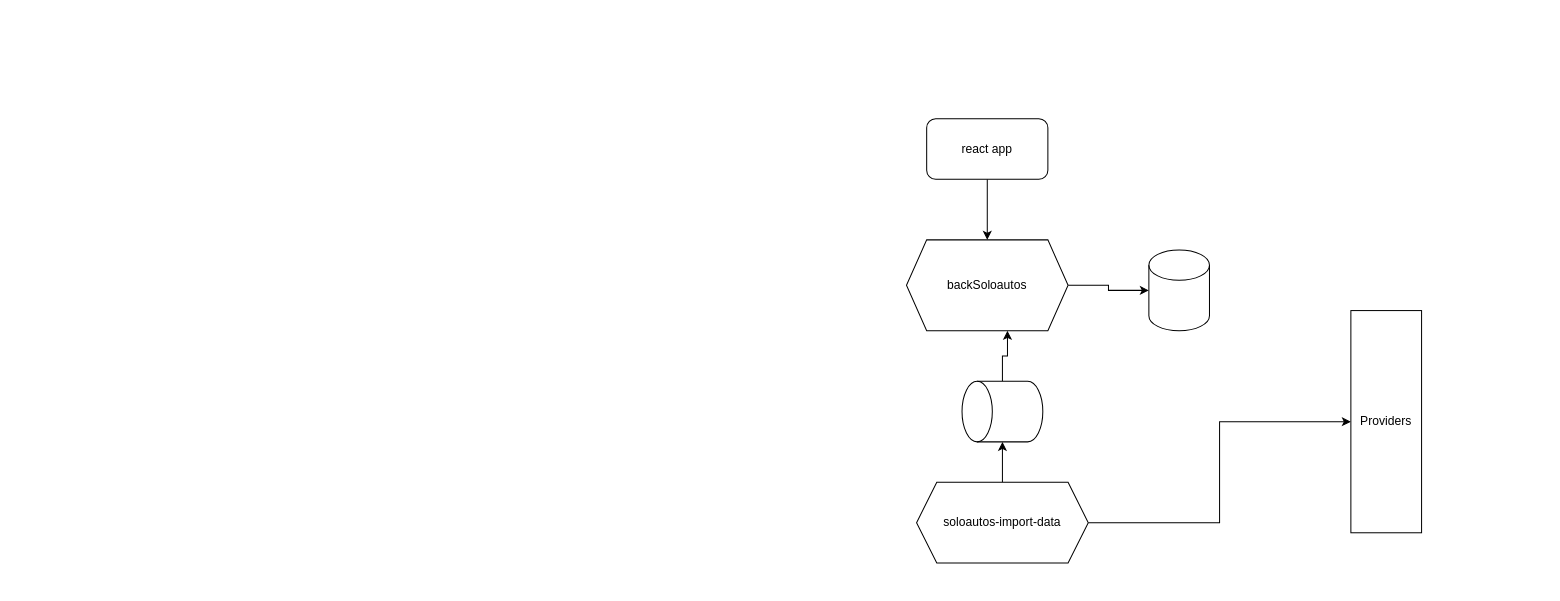
The draw.io diagram page "Page-1" (1 of 2) of solo-autos.drawio in gcijuentes/chilecar, before the edit. Source tidied: cells renumbered, new cells numbered last; positions are measured from the earlier drawing's top-left corner, leaving out a move shared by most shapes. Both pictures are drawn from the tidied source at 101%, with x=0, y=0 at pixel (906, 118).
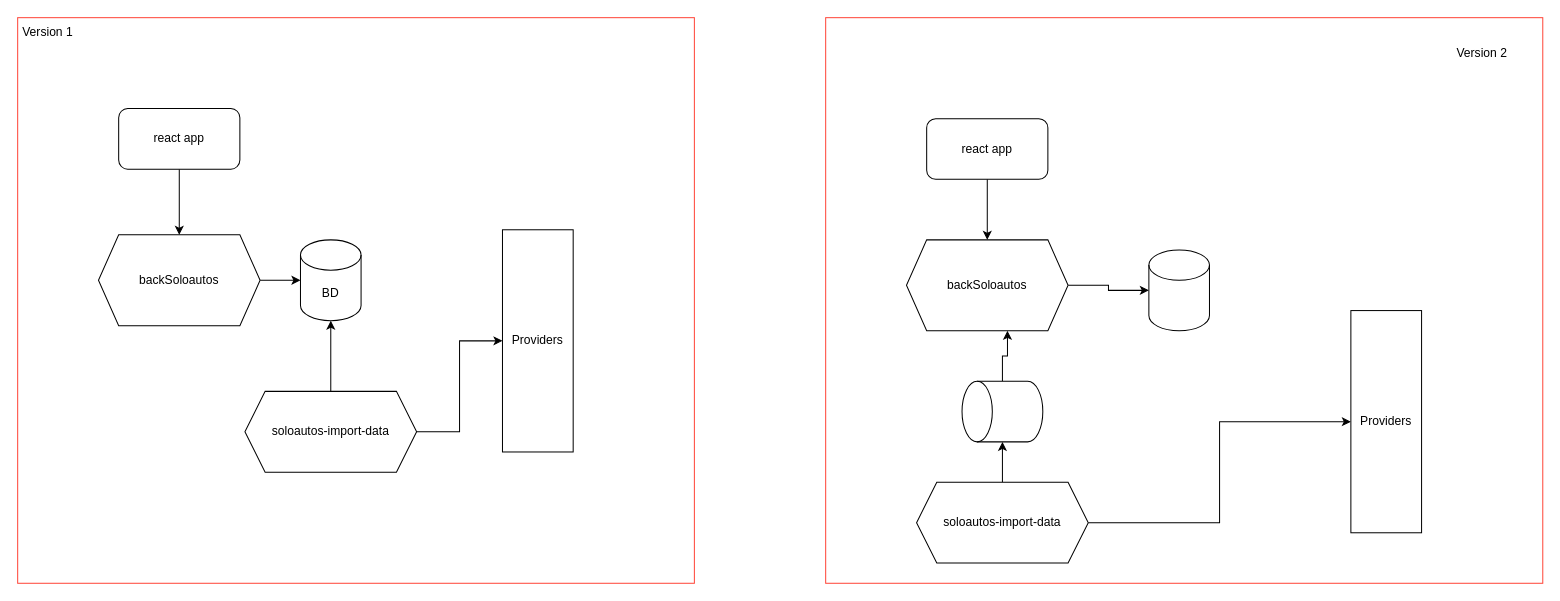
The same page after the edit.

Change to the diagram source:
```diff
@@
+    <mxCell id="13" style="rounded=0;whiteSpace=wrap;html=1;strokeColor=#FF4538;" parent="1" vertex="1">
+      <mxGeometry x="-80" y="-100" width="710" height="560" as="geometry" />
+    </mxCell>
+    <mxCell id="14" style="rounded=0;whiteSpace=wrap;html=1;strokeColor=#FF4538;" parent="1" vertex="1">
+      <mxGeometry x="-880" y="-100" width="670" height="560" as="geometry" />
+    </mxCell>
@@
+    <mxCell id="15" value="Version 2" style="text;html=1;strokeColor=none;fillColor=none;align=center;verticalAlign=middle;whiteSpace=wrap;rounded=0;" parent="1" vertex="1">
+      <mxGeometry x="540" y="-80" width="60" height="30" as="geometry" />
+    </mxCell>
+    <mxCell id="16" style="edgeStyle=orthogonalEdgeStyle;rounded=0;jettySize=auto;html=1;" parent="1" edge="1" source="17" target="18">
+      <mxGeometry relative="1" as="geometry" />
+    </mxCell>
+    <mxCell id="17" value="backSoloautos" style="shape=hexagon;perimeter=hexagonPerimeter2;whiteSpace=wrap;html=1;fixedSize=1;" parent="1" vertex="1">
+      <mxGeometry x="-800" y="115" width="160" height="90" as="geometry" />
+    </mxCell>
+    <mxCell id="18" value="BD" style="shape=cylinder3;whiteSpace=wrap;html=1;boundedLbl=1;backgroundOutline=1;size=15;" parent="1" vertex="1">
+      <mxGeometry x="-600" y="120" width="60" height="80" as="geometry" />
+    </mxCell>
+    <mxCell id="19" style="edgeStyle=orthogonalEdgeStyle;rounded=0;jettySize=auto;html=1;" parent="1" edge="1" source="20" target="17">
+      <mxGeometry relative="1" as="geometry" />
+    </mxCell>
+    <mxCell id="20" value="react app&lt;br&gt;" style="rounded=1;whiteSpace=wrap;html=1;" parent="1" vertex="1">
+      <mxGeometry x="-780" y="-10" width="120" height="60" as="geometry" />
+    </mxCell>
+    <mxCell id="21" style="edgeStyle=orthogonalEdgeStyle;rounded=0;jettySize=auto;html=1;entryX=0.5;entryY=1;entryDx=0;entryDy=0;entryPerimeter=0;" parent="1" edge="1" source="23" target="18">
+      <mxGeometry relative="1" as="geometry" />
+    </mxCell>
+    <mxCell id="22" style="edgeStyle=orthogonalEdgeStyle;rounded=0;jettySize=auto;html=1;" parent="1" edge="1" source="23" target="24">
+      <mxGeometry relative="1" as="geometry" />
+    </mxCell>
+    <mxCell id="23" value="soloautos-import-data" style="shape=hexagon;perimeter=hexagonPerimeter2;whiteSpace=wrap;html=1;fixedSize=1;" parent="1" vertex="1">
+      <mxGeometry x="-655" y="270" width="170" height="80" as="geometry" />
+    </mxCell>
+    <mxCell id="24" value="Providers" style="rounded=0;whiteSpace=wrap;html=1;" parent="1" vertex="1">
+      <mxGeometry x="-400" y="110" width="70" height="220" as="geometry" />
+    </mxCell>
+    <mxCell id="25" value="Version 1" style="text;html=1;strokeColor=none;fillColor=none;align=center;verticalAlign=middle;whiteSpace=wrap;rounded=0;" parent="1" vertex="1">
+      <mxGeometry x="-880" y="-100" width="60" height="30" as="geometry" />
+    </mxCell>
```
